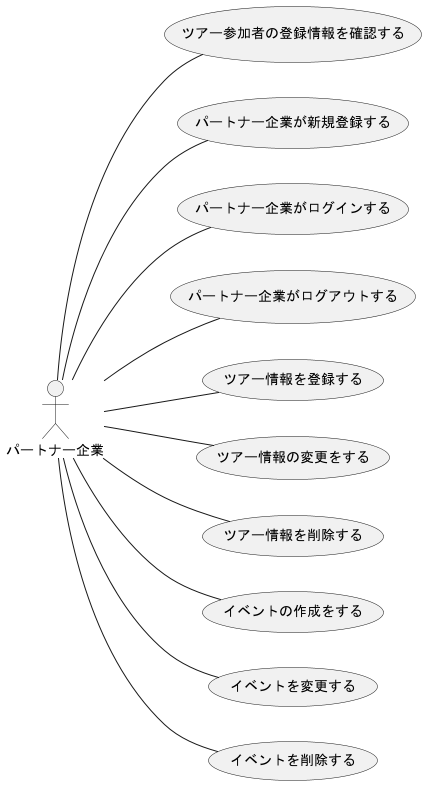
The PlantUML diagram out/F_usecase_client/パートナー企業.png in ksw2270227/GroupF, before a commit. The source it was exported from:
```plantuml
@startuml パートナー企業
left to right direction
actor パートナー企業

パートナー企業 -- (ツアー参加者の登録情報を確認する)
パートナー企業 -- (パートナー企業が新規登録する)
パートナー企業 -- (パートナー企業がログインする)
パートナー企業 -- (パートナー企業がログアウトする)
パートナー企業 -- (ツアー情報を登録する)
パートナー企業 -- (ツアー情報の変更をする)
パートナー企業 -- (ツアー情報を削除する)
パートナー企業 -- (イベントの作成をする)
パートナー企業 -- (イベントを変更する)
パートナー企業 -- (イベントを削除する)


@enduml
```
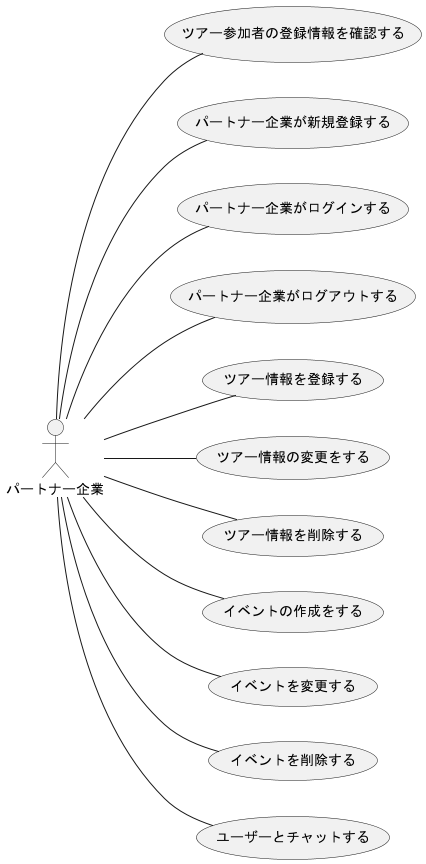
Above is the later version.

The edit, as a diff of the source:
```diff
@@ -12,6 +12,7 @@
 パートナー企業 -- (イベントの作成をする)
 パートナー企業 -- (イベントを変更する)
 パートナー企業 -- (イベントを削除する)
+パートナー企業 -- (ユーザーとチャットする)
 
 
 @enduml
```
